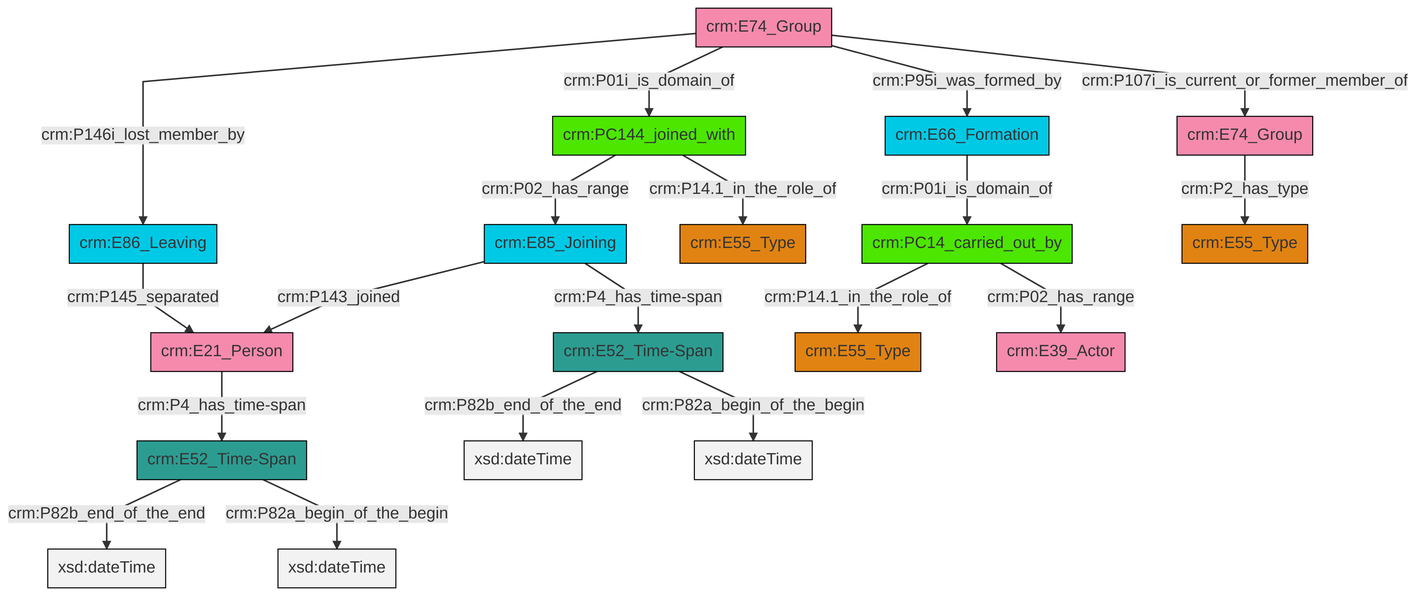
swiss-art-research-net/reference-data-models keeps this Mermaid diagram as et/groupCSV/ttl/mmd/png/group_actor_relations.png. Above is the earlier version. Its source is kept beside it as et/groupCSV/ttl/mmd/group_actor_relations.ttl.mmd.
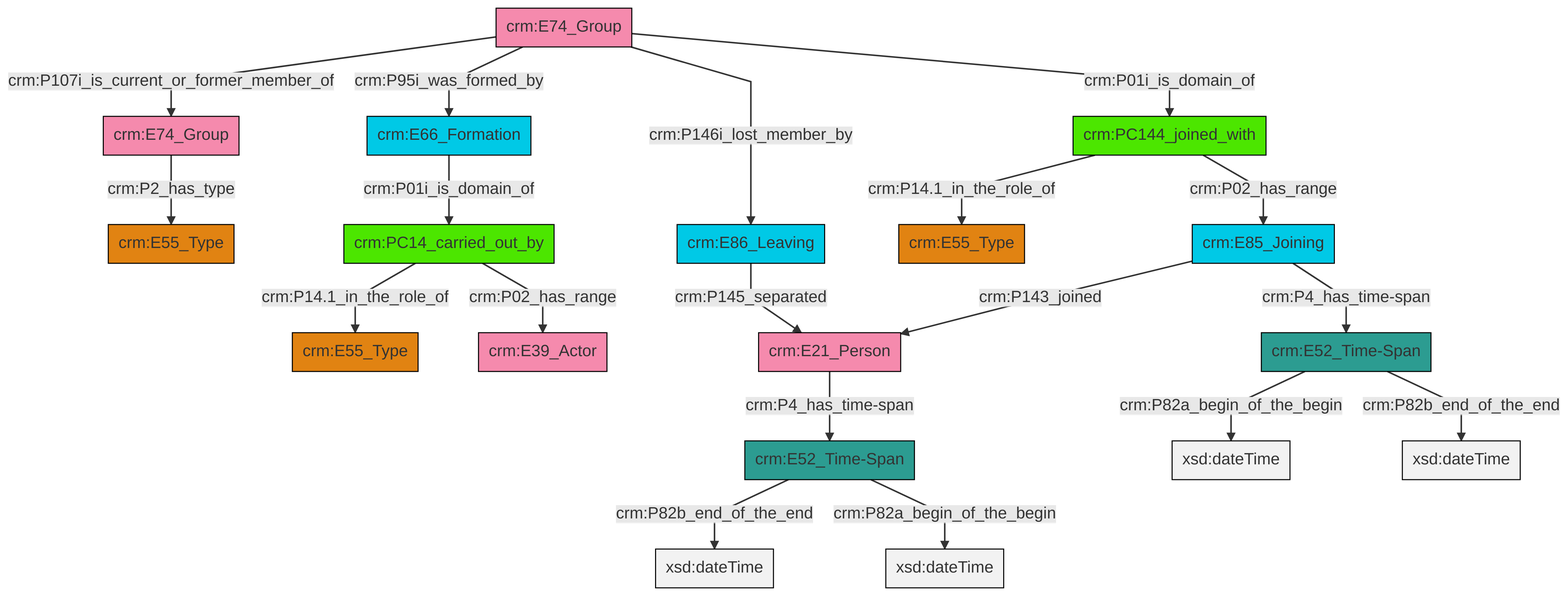
The same file after the commit.

The edit, as a diff of the source:
```diff
@@ -13,21 +13,21 @@
 classDef PC_Classes fill:#4ce600, stroke:#000000;
 classDef Multi fill:#cccccc,stroke:#000000;
 
-0["crm:E85_Joining"]:::Temporal_Entity -->|crm:P143_joined| 1["crm:E21_Person"]:::Actor
-2["crm:E66_Formation"]:::Temporal_Entity -->|crm:P01i_is_domain_of| 3["crm:PC14_carried_out_by"]:::PC_Classes
-4["crm:E52_Time-Span"]:::Time-Span -->|crm:P82b_end_of_the_end| 5[xsd:dateTime]:::Literal
-15["crm:E86_Leaving"]:::Temporal_Entity -->|crm:P145_separated| 1["crm:E21_Person"]:::Actor
-9["crm:E52_Time-Span"]:::Time-Span -->|crm:P82b_end_of_the_end| 18[xsd:dateTime]:::Literal
-19["crm:PC144_joined_with"]:::PC_Classes -->|crm:P14.1_in_the_role_of| 6["crm:E55_Type"]:::Type
-20["crm:E74_Group"]:::Actor -->|crm:P01i_is_domain_of| 19["crm:PC144_joined_with"]:::PC_Classes
-19["crm:PC144_joined_with"]:::PC_Classes -->|crm:P02_has_range| 0["crm:E85_Joining"]:::Temporal_Entity
-20["crm:E74_Group"]:::Actor -->|crm:P146i_lost_member_by| 15["crm:E86_Leaving"]:::Temporal_Entity
-3["crm:PC14_carried_out_by"]:::PC_Classes -->|crm:P02_has_range| 24["crm:E39_Actor"]:::Actor
-20["crm:E74_Group"]:::Actor -->|crm:P95i_was_formed_by| 2["crm:E66_Formation"]:::Temporal_Entity
-9["crm:E52_Time-Span"]:::Time-Span -->|crm:P82a_begin_of_the_begin| 29[xsd:dateTime]:::Literal
-20["crm:E74_Group"]:::Actor -->|crm:P107i_is_current_or_former_member_of| 27["crm:E74_Group"]:::Actor
-4["crm:E52_Time-Span"]:::Time-Span -->|crm:P82a_begin_of_the_begin| 30[xsd:dateTime]:::Literal
-27["crm:E74_Group"]:::Actor -->|crm:P2_has_type| 21["crm:E55_Type"]:::Type
-1["crm:E21_Person"]:::Actor -->|crm:P4_has_time-span| 4["crm:E52_Time-Span"]:::Time-Span
-0["crm:E85_Joining"]:::Temporal_Entity -->|crm:P4_has_time-span| 9["crm:E52_Time-Span"]:::Time-Span
-3["crm:PC14_carried_out_by"]:::PC_Classes -->|crm:P14.1_in_the_role_of| 12["crm:E55_Type"]:::Type
+0["crm:E21_Person"]:::Actor -->|crm:P4_has_time-span| 1["crm:E52_Time-Span"]:::Time-Span
+2["crm:E74_Group"]:::Actor -->|crm:P107i_is_current_or_former_member_of| 3["crm:E74_Group"]:::Actor
+7["crm:PC144_joined_with"]:::PC_Classes -->|crm:P14.1_in_the_role_of| 8["crm:E55_Type"]:::Type
+13["crm:E86_Leaving"]:::Temporal_Entity -->|crm:P145_separated| 0["crm:E21_Person"]:::Actor
+2["crm:E74_Group"]:::Actor -->|crm:P95i_was_formed_by| 14["crm:E66_Formation"]:::Temporal_Entity
+2["crm:E74_Group"]:::Actor -->|crm:P146i_lost_member_by| 13["crm:E86_Leaving"]:::Temporal_Entity
+1["crm:E52_Time-Span"]:::Time-Span -->|crm:P82b_end_of_the_end| 20[xsd:dateTime]:::Literal
+21["crm:E85_Joining"]:::Temporal_Entity -->|crm:P143_joined| 0["crm:E21_Person"]:::Actor
+17["crm:PC14_carried_out_by"]:::PC_Classes -->|crm:P14.1_in_the_role_of| 22["crm:E55_Type"]:::Type
+14["crm:E66_Formation"]:::Temporal_Entity -->|crm:P01i_is_domain_of| 17["crm:PC14_carried_out_by"]:::PC_Classes
+7["crm:PC144_joined_with"]:::PC_Classes -->|crm:P02_has_range| 21["crm:E85_Joining"]:::Temporal_Entity
+24["crm:E52_Time-Span"]:::Time-Span -->|crm:P82a_begin_of_the_begin| 25[xsd:dateTime]:::Literal
+24["crm:E52_Time-Span"]:::Time-Span -->|crm:P82b_end_of_the_end| 28[xsd:dateTime]:::Literal
+3["crm:E74_Group"]:::Actor -->|crm:P2_has_type| 9["crm:E55_Type"]:::Type
+21["crm:E85_Joining"]:::Temporal_Entity -->|crm:P4_has_time-span| 24["crm:E52_Time-Span"]:::Time-Span
+2["crm:E74_Group"]:::Actor -->|crm:P01i_is_domain_of| 7["crm:PC144_joined_with"]:::PC_Classes
+17["crm:PC14_carried_out_by"]:::PC_Classes -->|crm:P02_has_range| 5["crm:E39_Actor"]:::Actor
+1["crm:E52_Time-Span"]:::Time-Span -->|crm:P82a_begin_of_the_begin| 33[xsd:dateTime]:::Literal
```
